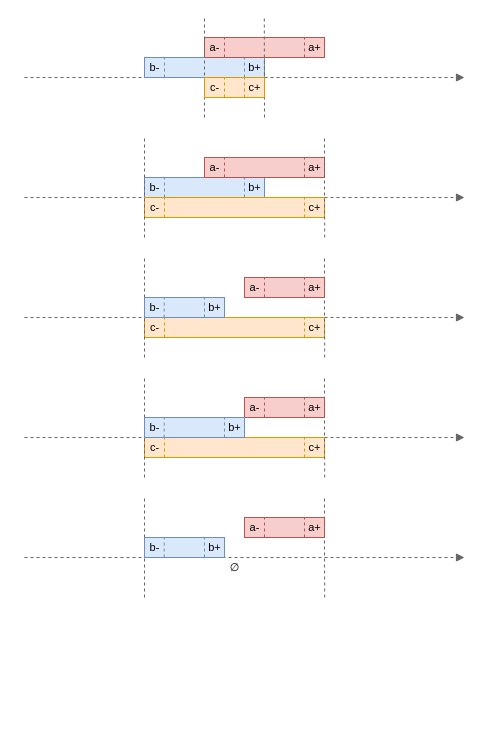
gchudnov/mindthegap keeps this draw.io diagram as page "Algorithms" (5 of 5) of res/resources.drawio. Above is the earlier version. Source tidied: cells renumbered, new cells numbered last; positions are measured from the earlier drawing's top-left corner, leaving out a move shared by most shapes. Both pictures are drawn from the tidied source at 100%, with x=0, y=0 at pixel (24, 17).
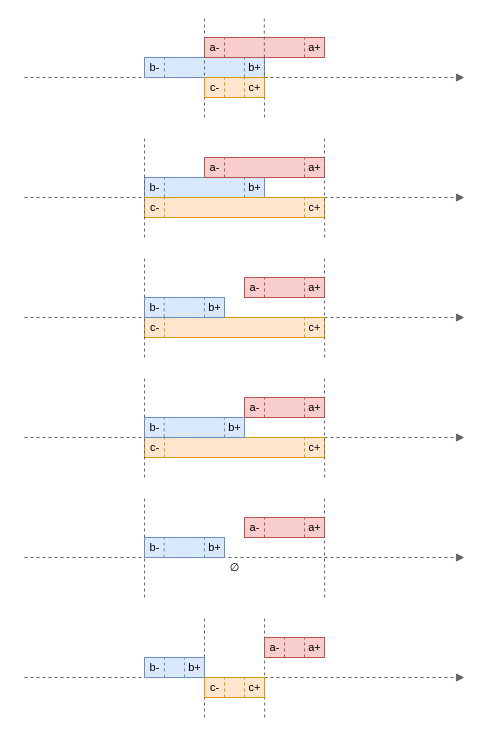
The same page after the edit.

The edit, as a diff of the source:
```diff
@@
+    <mxCell id="99" style="endArrow=block;html=1;fontSize=12;strokeWidth=1;fillColor=#f5f5f5;strokeColor=#666666;endFill=1;dashed=1;" parent="1" edge="1">
+      <mxGeometry relative="1" as="geometry">
+        <mxPoint y="660" as="sourcePoint" />
+        <mxPoint x="440" y="660" as="targetPoint" />
+      </mxGeometry>
+    </mxCell>
+    <mxCell id="100" style="endArrow=none;dashed=1;html=1;strokeWidth=1;fontSize=11;fillColor=#f5f5f5;strokeColor=#666666;" parent="1" edge="1">
+      <mxGeometry relative="1" as="geometry">
+        <mxPoint x="180" y="700" as="sourcePoint" />
+        <mxPoint x="180" y="600" as="targetPoint" />
+      </mxGeometry>
+    </mxCell>
+    <mxCell id="101" style="endArrow=none;dashed=1;html=1;strokeWidth=1;fontSize=11;fillColor=#f5f5f5;strokeColor=#666666;" parent="1" edge="1">
+      <mxGeometry relative="1" as="geometry">
+        <mxPoint x="240.2" y="700" as="sourcePoint" />
+        <mxPoint x="240" y="600" as="targetPoint" />
+      </mxGeometry>
+    </mxCell>
+    <mxCell id="102" style="group;" parent="1" vertex="1">
+      <mxGeometry x="180" y="660" width="60" height="20" as="geometry" />
+    </mxCell>
+    <mxCell id="103" style="rounded=0;whiteSpace=wrap;html=1;fontSize=12;strokeWidth=1;fillColor=#ffe6cc;strokeColor=#d79b00;" parent="102" vertex="1">
+      <mxGeometry width="60" height="20" as="geometry" />
+    </mxCell>
+    <mxCell id="104" value="&lt;p style=&quot;line-height: 1.2&quot;&gt;c-&lt;/p&gt;" style="text;html=1;strokeColor=none;fillColor=none;align=center;verticalAlign=middle;rounded=0;fontSize=11;labelPosition=center;verticalLabelPosition=middle;horizontal=1;" parent="102" vertex="1">
+      <mxGeometry width="20" height="20" as="geometry" />
+    </mxCell>
+    <mxCell id="105" value="c+" style="text;html=1;strokeColor=none;fillColor=none;align=center;verticalAlign=middle;rounded=0;fontSize=11;spacing=2;" parent="102" vertex="1">
+      <mxGeometry x="40" width="20" height="20" as="geometry" />
+    </mxCell>
+    <mxCell id="106" style="endArrow=none;dashed=1;html=1;strokeWidth=1;fontSize=11;fillColor=#ffe6cc;strokeColor=#d79b00;" parent="102" edge="1">
+      <mxGeometry relative="1" as="geometry">
+        <mxPoint x="40" y="20" as="sourcePoint" />
+        <mxPoint x="40" as="targetPoint" />
+      </mxGeometry>
+    </mxCell>
+    <mxCell id="107" style="endArrow=none;dashed=1;html=1;strokeWidth=1;fontSize=11;fillColor=#ffe6cc;strokeColor=#d79b00;" parent="102" edge="1">
+      <mxGeometry relative="1" as="geometry">
+        <mxPoint x="20" y="20" as="sourcePoint" />
+        <mxPoint x="20" as="targetPoint" />
+      </mxGeometry>
+    </mxCell>
+    <mxCell id="108" style="group;" parent="1" vertex="1">
+      <mxGeometry x="120" y="640" width="60" height="20" as="geometry" />
+    </mxCell>
+    <mxCell id="109" style="rounded=0;whiteSpace=wrap;html=1;fontSize=12;strokeWidth=1;fillColor=#dae8fc;strokeColor=#6c8ebf;" parent="108" vertex="1">
+      <mxGeometry width="60" height="20" as="geometry" />
+    </mxCell>
+    <mxCell id="110" value="b-" style="text;html=1;strokeColor=none;fillColor=none;align=center;verticalAlign=middle;rounded=0;fontSize=11;" parent="108" vertex="1">
+      <mxGeometry width="20" height="20" as="geometry" />
+    </mxCell>
+    <mxCell id="111" value="b+" style="text;strokeColor=none;fillColor=none;align=center;verticalAlign=middle;rounded=0;fontSize=11;html=1;spacing=2;" parent="108" vertex="1">
+      <mxGeometry x="40" width="20" height="20" as="geometry" />
+    </mxCell>
+    <mxCell id="112" style="endArrow=none;dashed=1;html=1;strokeWidth=1;fontSize=11;fillColor=#dae8fc;strokeColor=#6c8ebf;" parent="108" edge="1">
+      <mxGeometry relative="1" as="geometry">
+        <mxPoint x="40" y="20" as="sourcePoint" />
+        <mxPoint x="40" as="targetPoint" />
+      </mxGeometry>
+    </mxCell>
+    <mxCell id="113" style="endArrow=none;dashed=1;html=1;strokeWidth=1;fontSize=11;fillColor=#dae8fc;strokeColor=#6c8ebf;" parent="108" edge="1">
+      <mxGeometry relative="1" as="geometry">
+        <mxPoint x="20" y="20" as="sourcePoint" />
+        <mxPoint x="20" as="targetPoint" />
+      </mxGeometry>
+    </mxCell>
+    <mxCell id="114" style="group;" parent="1" vertex="1">
+      <mxGeometry x="240" y="620" width="60" height="20" as="geometry" />
+    </mxCell>
+    <mxCell id="115" style="rounded=0;whiteSpace=wrap;html=1;fontSize=12;strokeWidth=1;fillColor=#f8cecc;strokeColor=#b85450;" parent="114" vertex="1">
+      <mxGeometry width="60" height="20" as="geometry" />
+    </mxCell>
+    <mxCell id="116" value="&lt;p style=&quot;line-height: 1.2&quot;&gt;a-&lt;/p&gt;" style="text;html=1;strokeColor=none;fillColor=none;align=center;verticalAlign=middle;rounded=0;fontSize=11;labelPosition=center;verticalLabelPosition=middle;horizontal=1;" parent="114" vertex="1">
+      <mxGeometry width="20" height="20" as="geometry" />
+    </mxCell>
+    <mxCell id="117" value="a+" style="text;html=1;strokeColor=none;fillColor=none;align=center;verticalAlign=middle;rounded=0;fontSize=11;spacing=2;" parent="114" vertex="1">
+      <mxGeometry x="40" width="20" height="20" as="geometry" />
+    </mxCell>
+    <mxCell id="118" style="endArrow=none;dashed=1;html=1;strokeWidth=1;fontSize=11;fillColor=#f8cecc;strokeColor=#b85450;" parent="114" edge="1">
+      <mxGeometry relative="1" as="geometry">
+        <mxPoint x="40" y="20" as="sourcePoint" />
+        <mxPoint x="40" as="targetPoint" />
+      </mxGeometry>
+    </mxCell>
+    <mxCell id="119" style="endArrow=none;dashed=1;html=1;strokeWidth=1;fontSize=11;fillColor=#f8cecc;strokeColor=#b85450;" parent="114" edge="1">
+      <mxGeometry relative="1" as="geometry">
+        <mxPoint x="20" y="20" as="sourcePoint" />
+        <mxPoint x="20" as="targetPoint" />
+      </mxGeometry>
+    </mxCell>
```
